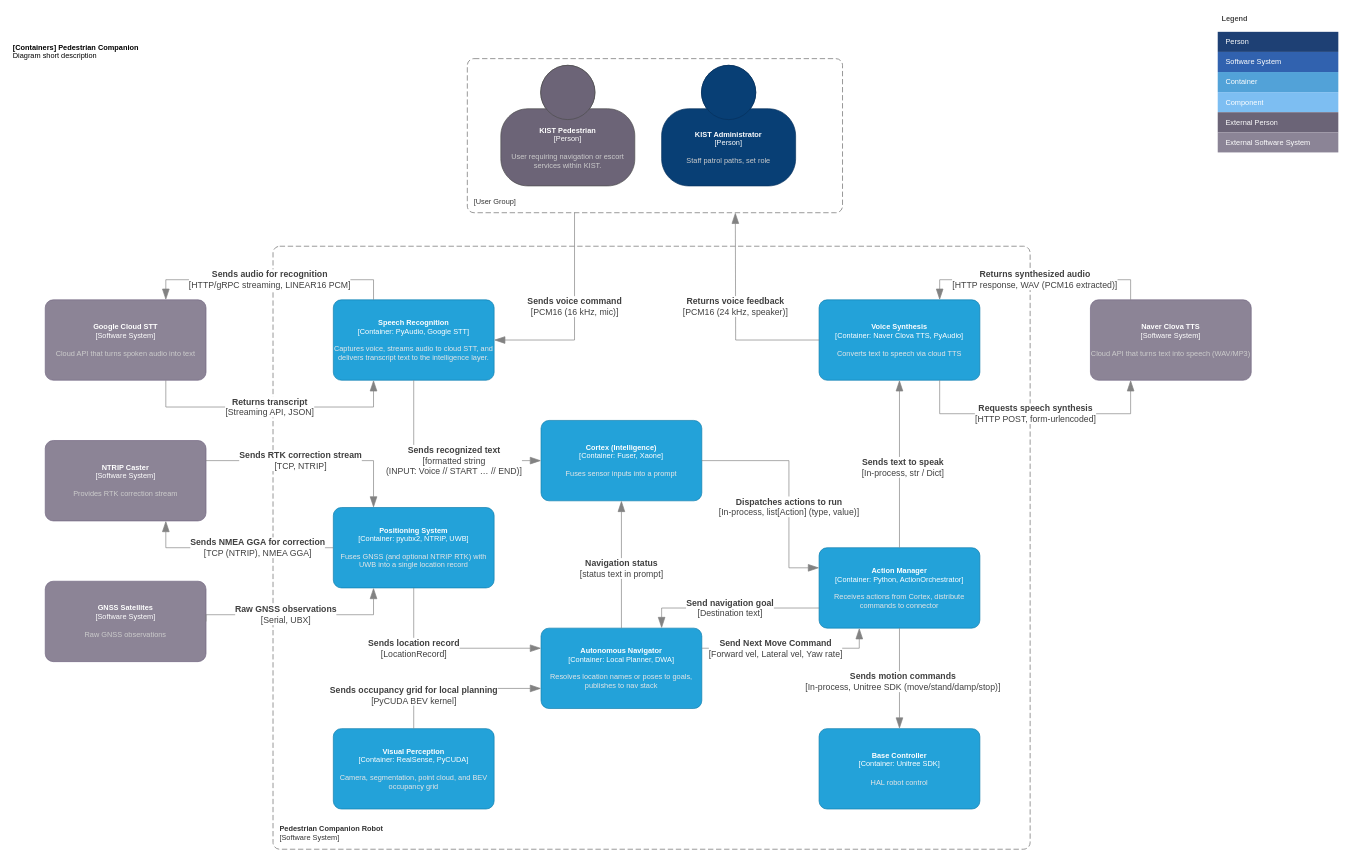
AI-Robot-SW/openmind-interaction-autonomy keeps this draw.io diagram as page "C4_Container" (2 of 8) of docs/Diagrams.drawio. Above is the earlier version. Source tidied: cells renumbered, new cells numbered last; positions are measured from the earlier drawing's top-left corner, leaving out a move shared by most shapes. Both pictures are drawn from the tidied source at 67%, with x=0, y=0 at pixel (11, 11).
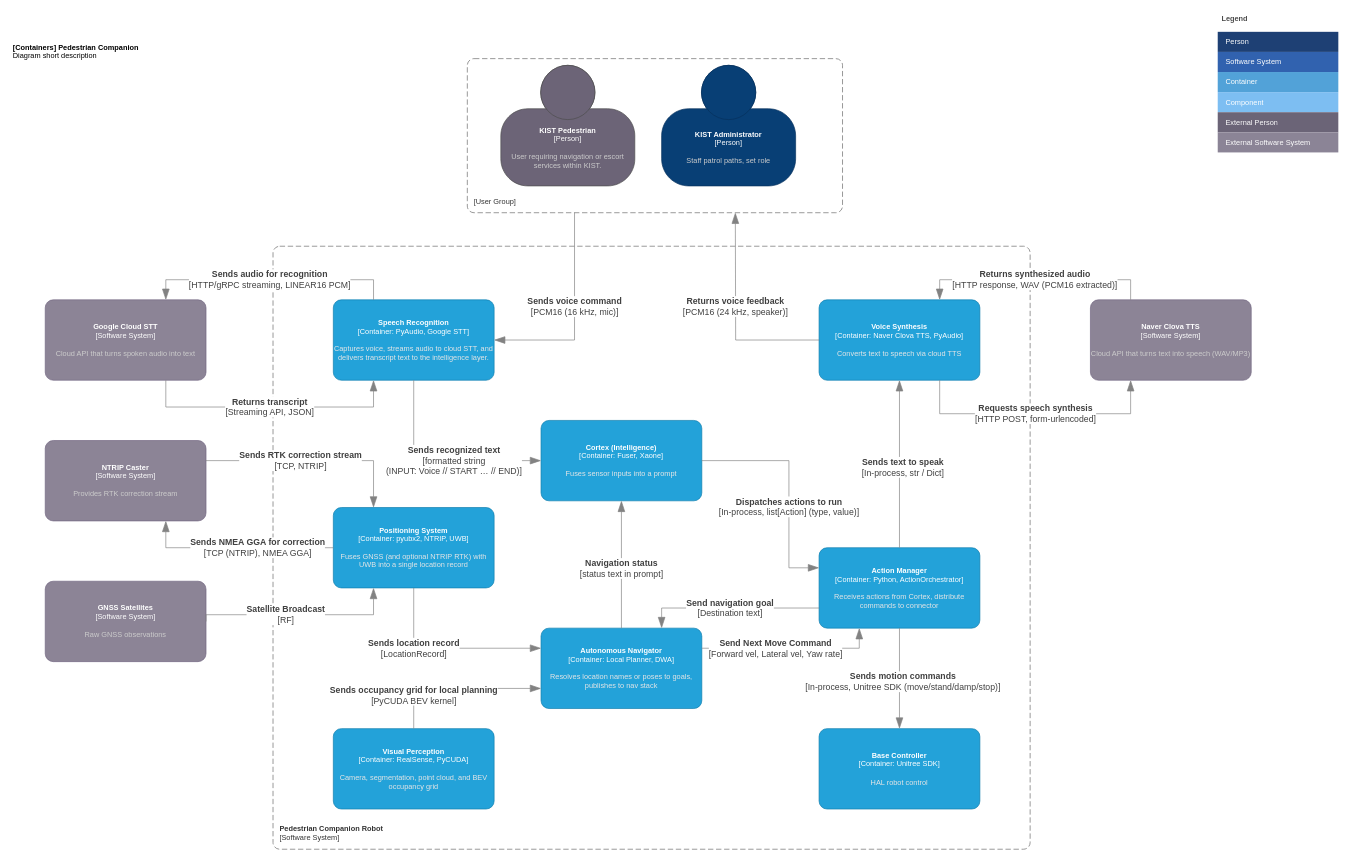
The same diagram, later.

The change refers to these unchanged cells:
```xml
<object id="6" label="&lt;font&gt;&lt;b&gt;%c4Name%&lt;/b&gt;&lt;/font&gt;&lt;div&gt;[%c4Type%: %c4Technology%]&lt;/div&gt;&lt;br&gt;&lt;div&gt;&lt;font&gt;&lt;font color=&quot;#E6E6E6&quot;&gt;%c4Description%&lt;/font&gt;&lt;/font&gt;&lt;/div&gt;" c4Description="Fuses GNSS (and optional NTRIP RTK) with UWB into a single location record" c4Name="Positioning System" c4Technology="pyubx2, NTRIP, UWB" c4Type="Container" placeholders="1">
  <mxCell style="rounded=1;whiteSpace=wrap;html=1;fontSize=11;labelBackgroundColor=none;fillColor=#23A2D9;fontColor=#ffffff;align=center;arcSize=10;strokeColor=#0E7DAD;points=[[0.25,0,0],[0.5,0,0],[0.75,0,0],[1,0.25,0],[1,0.5,0],[1,0.75,0],[0.75,1,0],[0.5,1,0],[0.25,1,0],[0,0.75,0],[0,0.5,0],[0,0.25,0]];" parent="1" vertex="1">
    <mxGeometry x="480" y="740" width="240" height="120" as="geometry" />
  </mxCell>
</object>
<object id="26" label="&lt;font&gt;&lt;b&gt;%c4Name%&lt;/b&gt;&lt;/font&gt;&lt;div&gt;[%c4Type%]&lt;/div&gt;&lt;br&gt;&lt;div&gt;&lt;font&gt;&lt;font color=&quot;#cccccc&quot;&gt;%c4Description%&lt;/font&gt;&lt;/font&gt;&lt;/div&gt;" c4Description="Raw GNSS observations" c4Name="GNSS Satellites" c4Type="Software System" placeholders="1">
  <mxCell style="rounded=1;whiteSpace=wrap;html=1;labelBackgroundColor=none;fillColor=#8C8496;fontColor=#ffffff;align=center;arcSize=10;strokeColor=#736782;points=[[0.25,0,0],[0.5,0,0],[0.75,0,0],[1,0.25,0],[1,0.5,0],[1,0.75,0],[0.75,1,0],[0.5,1,0],[0.25,1,0],[0,0.75,0],[0,0.5,0],[0,0.25,0]];fontSize=11;" parent="1" vertex="1">
    <mxGeometry x="50" y="850" width="240" height="120" as="geometry" />
  </mxCell>
</object>
```

What changed in the source:
```diff
@@
-    <object id="33" label="&lt;div style=&quot;text-align: left&quot;&gt;&lt;div style=&quot;text-align: center&quot;&gt;&lt;b&gt;%c4Description%&lt;/b&gt;&lt;/div&gt;&lt;div style=&quot;text-align: center&quot;&gt;[%c4Technology%]&lt;/div&gt;&lt;/div&gt;" c4Description="Raw GNSS observations" c4Technology="Serial, UBX" placeholders="1">
+    <object id="33" label="&lt;div style=&quot;text-align: left&quot;&gt;&lt;div style=&quot;text-align: center&quot;&gt;&lt;b&gt;%c4Description%&lt;/b&gt;&lt;/div&gt;&lt;div style=&quot;text-align: center&quot;&gt;[%c4Technology%]&lt;/div&gt;&lt;/div&gt;" c4Description="Satellite Broadcast" c4Technology="RF" placeholders="1">
       <mxCell style="endArrow=blockThin;html=1;fontSize=13;fontColor=#404040;strokeWidth=1;endFill=1;strokeColor=#828282;elbow=vertical;endSize=14;startSize=14;jumpStyle=arc;jumpSize=16;rounded=0;edgeStyle=orthogonalEdgeStyle;entryX=0.25;entryY=1;entryDx=0;entryDy=0;entryPerimeter=0;exitX=1;exitY=0.5;exitDx=0;exitDy=0;exitPerimeter=0;" parent="1" edge="1" source="26" target="6">
         <mxGeometry x="-0.14" relative="1" as="geometry">
           <Array as="points">
             <mxPoint x="540" y="900" />
           </Array>
         </mxGeometry>
       </mxCell>
     </object>
```
